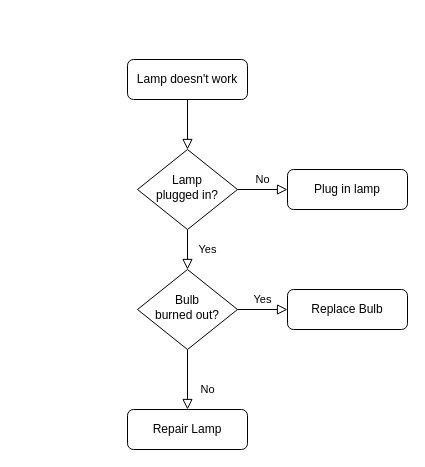
The draw.io diagram 未命名绘图.drawio in Jacky20000326/badminton-arrangement-flow, before the edit. Source tidied: cells renumbered, new cells numbered last; positions are measured from the earlier drawing's top-left corner, leaving out a move shared by most shapes. Both pictures are drawn from the tidied source at 100%, with x=0, y=0 at pixel (127, 59).
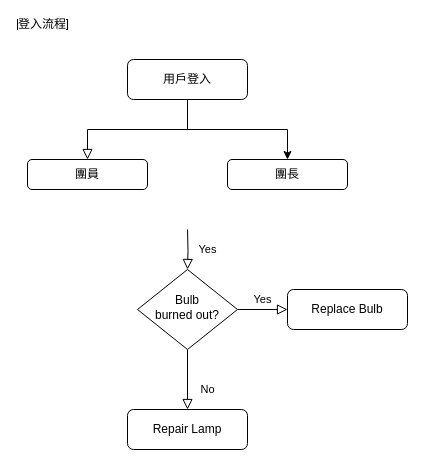
The same page after the edit.

Change to the diagram source:
```diff
@@
 <mxGraphModel>
   <root>
     <mxCell id="0" />
     <mxCell id="1" parent="0" />
-    <mxCell id="2" style="rounded=0;html=1;jettySize=auto;fontSize=11;endArrow=block;endFill=0;endSize=8;strokeWidth=1;shadow=0;labelBackgroundColor=none;edgeStyle=orthogonalEdgeStyle;" parent="1" edge="1" source="3" target="6">
+    <mxCell id="2" style="rounded=0;html=1;jettySize=auto;fontSize=11;endArrow=block;endFill=0;endSize=8;strokeWidth=1;shadow=0;labelBackgroundColor=none;edgeStyle=orthogonalEdgeStyle;entryX=0.5;entryY=0;entryDx=0;entryDy=0;" parent="1" edge="1" source="3" target="15">
       <mxGeometry relative="1" as="geometry" />
     </mxCell>
+    <mxCell id="13" style="edgeStyle=orthogonalEdgeStyle;rounded=0;jettySize=auto;html=1;" parent="1" edge="1" source="3" target="16">
+      <mxGeometry relative="1" as="geometry" />
+    </mxCell>
-    <mxCell id="3" value="Lamp doesn't work" style="rounded=1;whiteSpace=wrap;html=1;fontSize=12;glass=0;strokeWidth=1;shadow=0;" parent="1" vertex="1">
+    <mxCell id="3" value="用戶登入" style="rounded=1;whiteSpace=wrap;html=1;fontSize=12;glass=0;strokeWidth=1;shadow=0;" parent="1" vertex="1">
       <mxGeometry width="120" height="40" as="geometry" />
     </mxCell>
-    <mxCell id="4" value="Yes" style="rounded=0;html=1;jettySize=auto;fontSize=11;endArrow=block;endFill=0;endSize=8;strokeWidth=1;shadow=0;labelBackgroundColor=none;edgeStyle=orthogonalEdgeStyle;" parent="1" edge="1" source="6" target="10">
-      <mxGeometry y="20" relative="1" as="geometry" />
+    <mxCell id="4" value="Yes" style="rounded=0;html=1;jettySize=auto;fontSize=11;endArrow=block;endFill=0;endSize=8;strokeWidth=1;shadow=0;labelBackgroundColor=none;edgeStyle=orthogonalEdgeStyle;" parent="1" edge="1" target="10">
+      <mxGeometry y="20" relative="1" as="geometry">
+        <mxPoint x="60" y="170" as="sourcePoint" />
+      </mxGeometry>
     </mxCell>
-    <mxCell id="5" value="No" style="edgeStyle=orthogonalEdgeStyle;rounded=0;html=1;jettySize=auto;fontSize=11;endArrow=block;endFill=0;endSize=8;strokeWidth=1;shadow=0;labelBackgroundColor=none;" parent="1" edge="1" source="6" target="7">
-      <mxGeometry y="10" relative="1" as="geometry" />
-    </mxCell>
-    <mxCell id="6" value="Lamp&lt;br&gt;plugged in?" style="rhombus;whiteSpace=wrap;html=1;shadow=0;fontFamily=Helvetica;fontSize=12;align=center;strokeWidth=1;spacing=6;spacingTop=-4;" parent="1" vertex="1">
-      <mxGeometry x="10" y="90" width="100" height="80" as="geometry" />
-    </mxCell>
-    <mxCell id="7" value="Plug in lamp" style="rounded=1;whiteSpace=wrap;html=1;fontSize=12;glass=0;strokeWidth=1;shadow=0;" parent="1" vertex="1">
-      <mxGeometry x="160" y="110" width="120" height="40" as="geometry" />
-    </mxCell>
     <mxCell id="8" value="No" style="rounded=0;html=1;jettySize=auto;fontSize=11;endArrow=block;endFill=0;endSize=8;strokeWidth=1;shadow=0;labelBackgroundColor=none;edgeStyle=orthogonalEdgeStyle;" parent="1" edge="1" source="10" target="11">
       <mxGeometry x="0.33" y="20" relative="1" as="geometry" />
     </mxCell>
     <mxCell id="9" value="Yes" style="edgeStyle=orthogonalEdgeStyle;rounded=0;html=1;jettySize=auto;fontSize=11;endArrow=block;endFill=0;endSize=8;strokeWidth=1;shadow=0;labelBackgroundColor=none;" parent="1" edge="1" source="10" target="12">
       <mxGeometry y="10" relative="1" as="geometry" />
     </mxCell>
     <mxCell id="10" value="Bulb&lt;br&gt;burned out?" style="rhombus;whiteSpace=wrap;html=1;shadow=0;fontFamily=Helvetica;fontSize=12;align=center;strokeWidth=1;spacing=6;spacingTop=-4;" parent="1" vertex="1">
       <mxGeometry x="10" y="210" width="100" height="80" as="geometry" />
     </mxCell>
     <mxCell id="11" value="Repair Lamp" style="rounded=1;whiteSpace=wrap;html=1;fontSize=12;glass=0;strokeWidth=1;shadow=0;" parent="1" vertex="1">
       <mxGeometry y="350" width="120" height="40" as="geometry" />
     </mxCell>
     <mxCell id="12" value="Replace Bulb" style="rounded=1;whiteSpace=wrap;html=1;fontSize=12;glass=0;strokeWidth=1;shadow=0;" parent="1" vertex="1">
       <mxGeometry x="160" y="230" width="120" height="40" as="geometry" />
     </mxCell>
+    <mxCell id="14" value="登入流程" style="rounded=0;whiteSpace=wrap;html=1;labelBackgroundColor=light-dark(#FFFFFF,#FF8000);" parent="1" vertex="1">
+      <mxGeometry x="-110" y="-40" width="50" height="10" as="geometry" />
+    </mxCell>
+    <mxCell id="15" value="團員" style="rounded=1;whiteSpace=wrap;html=1;" parent="1" vertex="1">
+      <mxGeometry x="-100" y="100" width="120" height="30" as="geometry" />
+    </mxCell>
+    <mxCell id="16" value="團長" style="rounded=1;whiteSpace=wrap;html=1;" parent="1" vertex="1">
+      <mxGeometry x="100" y="100" width="120" height="30" as="geometry" />
+    </mxCell>
   </root>
 </mxGraphModel>
```
